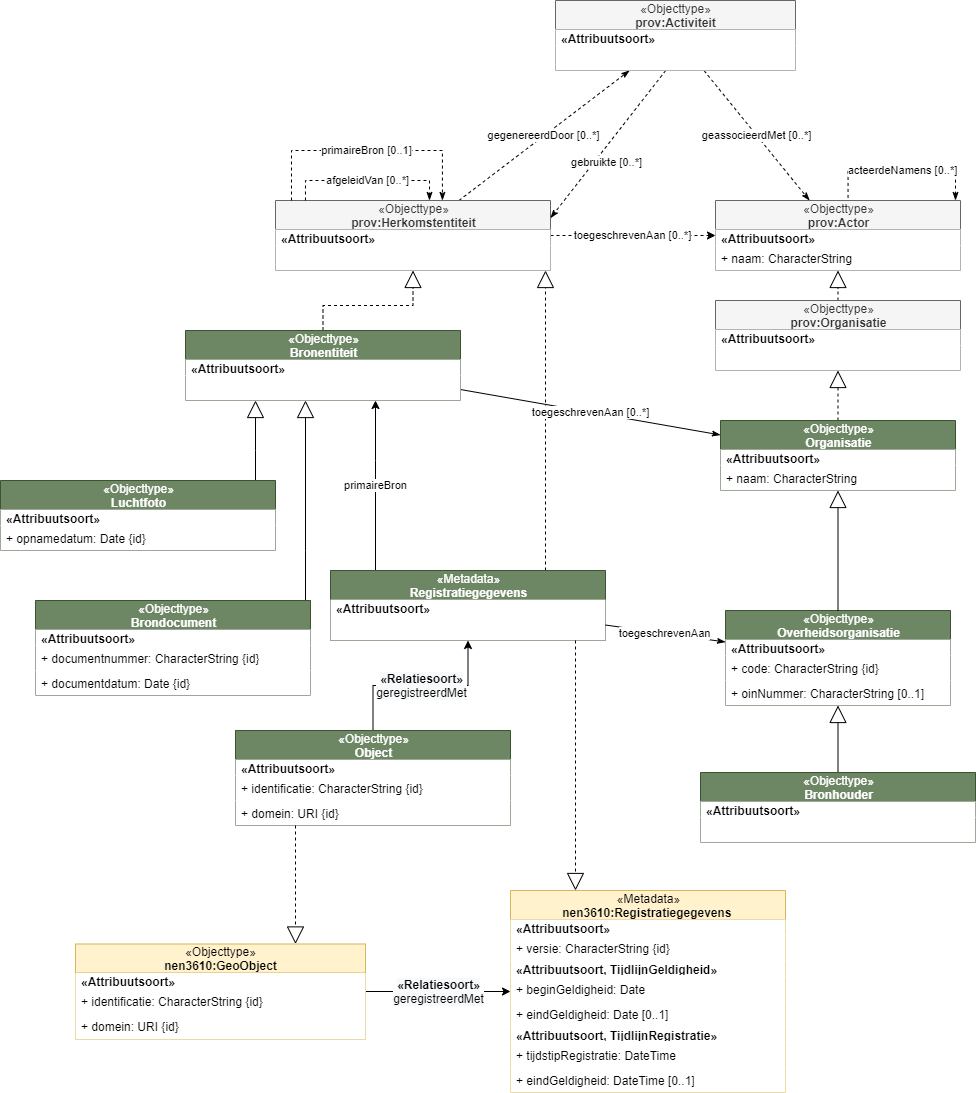
The draw.io diagram media/metadata-herkomst-bron.drawio.png in Geonovum/disgeo-demo-3a, before a commit. Source tidied: cells renumbered, new cells last; positions are measured from the earlier drawing's top-left corner, leaving out a move shared by most shapes.
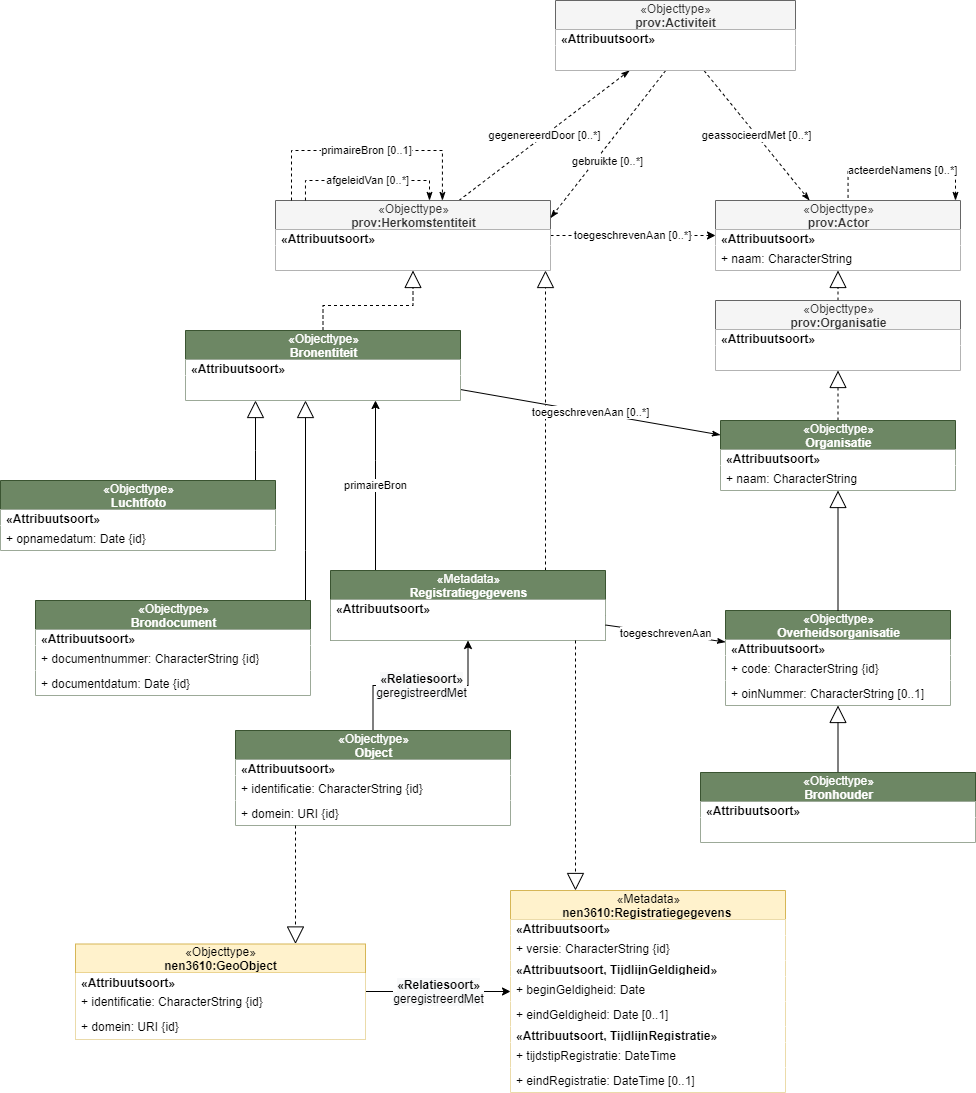
The same file after the commit.

The edit, as a diff of the source:
```diff
@@ -256,7 +256,7 @@
     <mxCell id="72" value="+ tijdstipRegistratie: DateTime" style="text;html=1;align=left;verticalAlign=middle;spacingLeft=4;spacingRight=4;overflow=hidden;fillColor=#ffffff;" parent="65" vertex="1">
       <mxGeometry y="152" width="275" height="25" as="geometry" />
     </mxCell>
-    <mxCell id="73" value="+ eindGeldigheid: DateTime [0..1]" style="text;html=1;align=left;verticalAlign=middle;spacingLeft=4;spacingRight=4;overflow=hidden;fillColor=#ffffff;" parent="65" vertex="1">
+    <mxCell id="73" value="+ eindRegistratie: DateTime [0..1]" style="text;html=1;align=left;verticalAlign=middle;spacingLeft=4;spacingRight=4;overflow=hidden;fillColor=#ffffff;" parent="65" vertex="1">
       <mxGeometry y="177" width="275" height="25" as="geometry" />
     </mxCell>
     <mxCell id="74" style="edgeStyle=elbowEdgeStyle;rounded=0;jettySize=auto;html=1;endArrow=block;endFill=0;endSize=15;dashed=1;" parent="1" edge="1" source="3" target="61">
```
